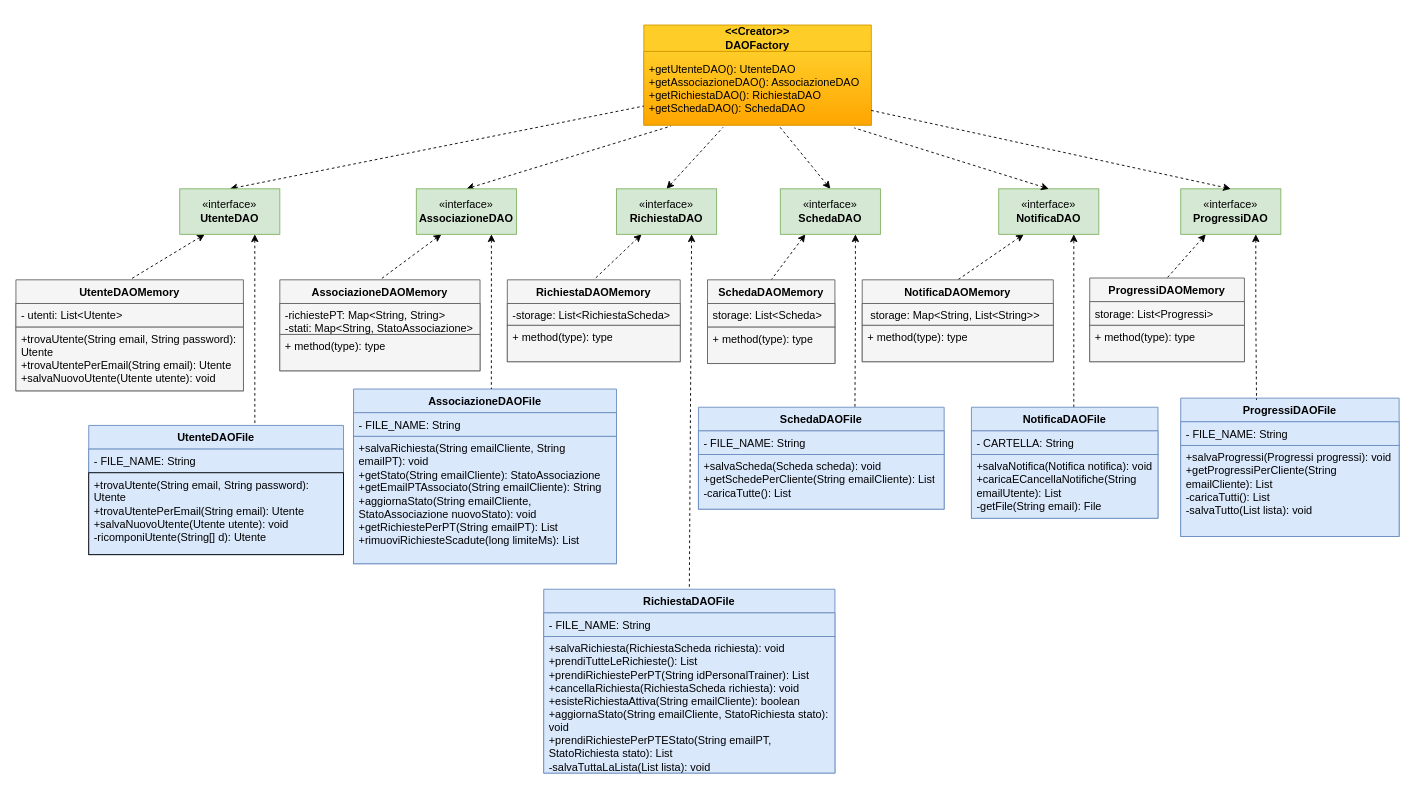
FedericoSib/FitPlan keeps this draw.io diagram as Design Level/DAOFactoryDL.drawio. Above is the earlier version. Source tidied: cells renumbered, new cells numbered last; positions are measured from the earlier drawing's top-left corner, leaving out a move shared by most shapes. Both pictures are drawn from the tidied source at 91%, with x=0, y=0 at pixel (15, 25).
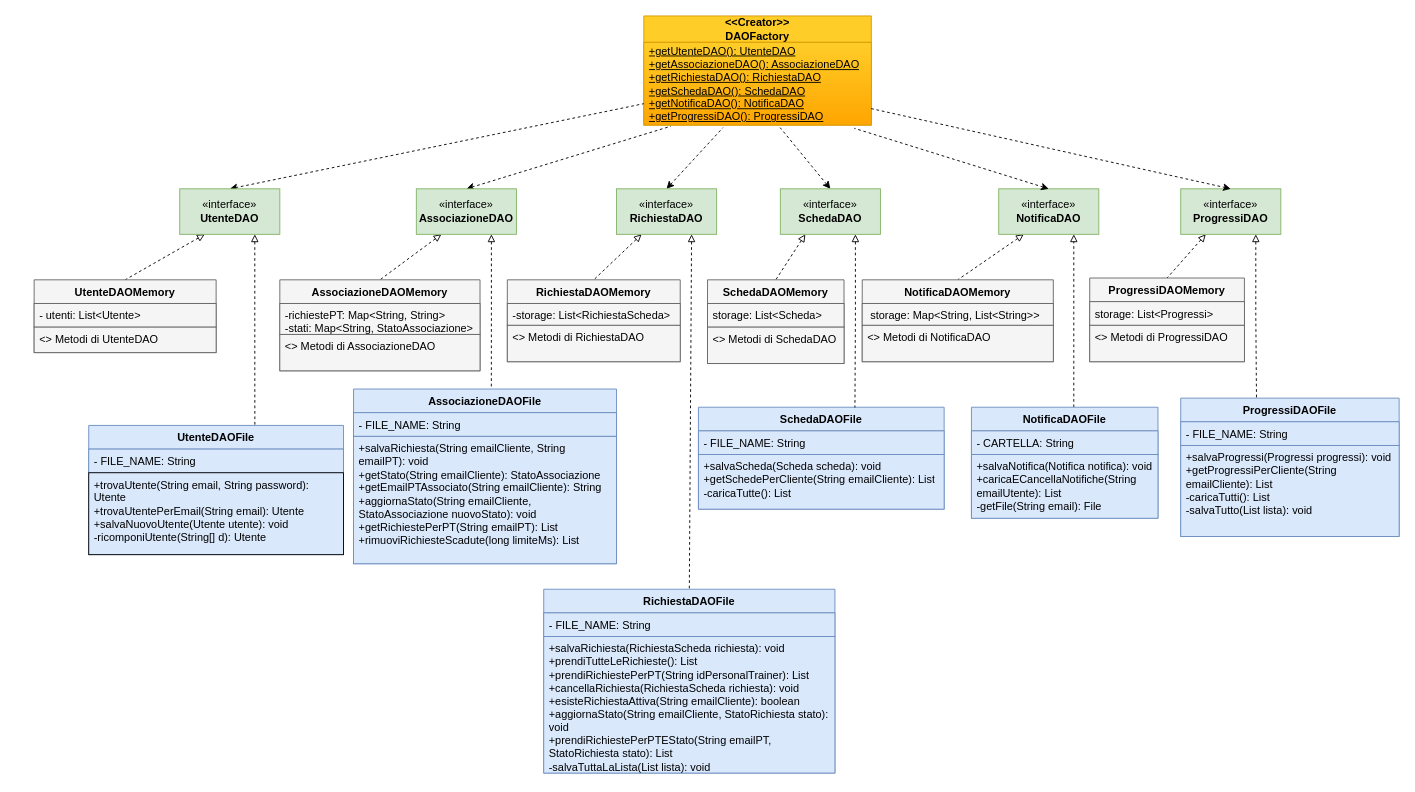
Above is the later version.

The change refers to these unchanged cells:
```xml
<mxCell id="10" value="«interface»&lt;br&gt;&lt;b&gt;RichiestaDAO&lt;/b&gt;" style="html=1;whiteSpace=wrap;fillColor=#d5e8d4;gradientColor=none;strokeColor=#82b366;" parent="1" vertex="1">
  <mxGeometry x="660" y="180" width="110" height="50" as="geometry" />
</mxCell>
<mxCell id="11" value="&lt;b&gt;RichiestaDAOFile&lt;/b&gt;" style="swimlane;fontStyle=1;align=center;verticalAlign=top;horizontal=1;startSize=26;whiteSpace=wrap;html=1;fillColor=#dae8fc;gradientColor=none;strokeColor=#6c8ebf;" parent="1" vertex="1">
  <mxGeometry x="580" y="620" width="320" height="202" as="geometry" />
</mxCell>
<mxCell id="14" value="&lt;b&gt;RichiestaDAOMemory&lt;/b&gt;" style="swimlane;fontStyle=1;align=center;verticalAlign=top;horizontal=1;startSize=26;whiteSpace=wrap;html=1;fillColor=#f5f5f5;gradientColor=none;strokeColor=#666666;" parent="1" vertex="1">
  <mxGeometry x="540" y="280" width="190" height="90" as="geometry" />
</mxCell>
<mxCell id="18" value="&lt;div&gt;«interface»&lt;/div&gt;&lt;div&gt;&lt;b&gt;AssociazioneDAO&lt;/b&gt;&lt;/div&gt;" style="html=1;whiteSpace=wrap;fillColor=#d5e8d4;gradientColor=none;strokeColor=#82b366;" parent="1" vertex="1">
  <mxGeometry x="440" y="180" width="110" height="50" as="geometry" />
</mxCell>
<mxCell id="19" value="&lt;b&gt;AssociazioneDAOFile&lt;/b&gt;" style="swimlane;fontStyle=1;align=center;verticalAlign=top;horizontal=1;startSize=26;whiteSpace=wrap;html=1;fillColor=#dae8fc;gradientColor=none;strokeColor=#6c8ebf;" parent="1" vertex="1">
  <mxGeometry x="371" y="400" width="289" height="192" as="geometry" />
</mxCell>
<mxCell id="22" value="&lt;b&gt;AssociazioneDAOMemory&lt;/b&gt;" style="swimlane;fontStyle=1;align=center;verticalAlign=top;horizontal=1;startSize=26;whiteSpace=wrap;html=1;fillColor=#f5f5f5;gradientColor=none;strokeColor=#666666;" parent="1" vertex="1">
  <mxGeometry x="290" y="280" width="220" height="100" as="geometry" />
</mxCell>
<mxCell id="26" value="«interface»&lt;br&gt;&lt;b&gt;UtenteDAO&lt;/b&gt;" style="html=1;whiteSpace=wrap;fillColor=#d5e8d4;strokeColor=#82b366;gradientColor=none;" parent="1" vertex="1">
  <mxGeometry x="180" y="180" width="110" height="50" as="geometry" />
</mxCell>
<mxCell id="27" value="&lt;b&gt;UtenteDAOFile&lt;/b&gt;" style="swimlane;fontStyle=1;align=center;verticalAlign=top;horizontal=1;startSize=26;whiteSpace=wrap;html=1;fillColor=#dae8fc;gradientColor=none;strokeColor=#6c8ebf;" parent="1" vertex="1">
  <mxGeometry x="80" y="440" width="280" height="142" as="geometry" />
</mxCell>
<mxCell id="34" value="&lt;div&gt;«interface»&lt;b&gt;&lt;br&gt;&lt;/b&gt;&lt;/div&gt;&lt;div&gt;&lt;b&gt;SchedaDAO&lt;/b&gt;&lt;/div&gt;" style="html=1;whiteSpace=wrap;fillColor=#d5e8d4;gradientColor=none;strokeColor=#82b366;" parent="1" vertex="1">
  <mxGeometry x="840" y="180" width="110" height="50" as="geometry" />
</mxCell>
<mxCell id="35" value="SchedaDAOFile" style="swimlane;fontStyle=1;align=center;verticalAlign=top;horizontal=1;startSize=26;whiteSpace=wrap;html=1;fillColor=#dae8fc;gradientColor=none;strokeColor=#6c8ebf;" parent="1" vertex="1">
  <mxGeometry x="750" y="420" width="270" height="112" as="geometry" />
</mxCell>
<mxCell id="42" value="&lt;div&gt;«interface»&lt;/div&gt;&lt;div&gt;&lt;b&gt;NotificaDAO&lt;/b&gt;&lt;/div&gt;" style="html=1;whiteSpace=wrap;fillColor=#d5e8d4;gradientColor=none;strokeColor=#82b366;" parent="1" vertex="1">
  <mxGeometry x="1080" y="180" width="110" height="50" as="geometry" />
</mxCell>
<mxCell id="44" value="&lt;b&gt;Notifica&lt;/b&gt;&lt;b&gt;DAOFile&lt;/b&gt;" style="swimlane;fontStyle=1;align=center;verticalAlign=top;horizontal=1;startSize=26;whiteSpace=wrap;html=1;fillColor=#dae8fc;gradientColor=none;strokeColor=#6c8ebf;" parent="1" vertex="1">
  <mxGeometry x="1050" y="420" width="205" height="122" as="geometry" />
</mxCell>
<mxCell id="47" value="&lt;b&gt;NotificaDAO&lt;/b&gt;&lt;b&gt;Memory&lt;/b&gt;" style="swimlane;fontStyle=1;align=center;verticalAlign=top;horizontal=1;startSize=26;whiteSpace=wrap;html=1;fillColor=#f5f5f5;gradientColor=none;strokeColor=#666666;" parent="1" vertex="1">
  <mxGeometry x="930" y="280" width="210" height="90" as="geometry" />
</mxCell>
<mxCell id="51" value="&lt;div&gt;«interface»&lt;/div&gt;&lt;div&gt;&lt;b&gt;ProgressiDAO&lt;/b&gt;&lt;/div&gt;" style="html=1;whiteSpace=wrap;fillColor=#d5e8d4;gradientColor=none;strokeColor=#82b366;" parent="1" vertex="1">
  <mxGeometry x="1280" y="180" width="110" height="50" as="geometry" />
</mxCell>
<mxCell id="52" value="&lt;b&gt;ProgressiDAOFile&lt;/b&gt;" style="swimlane;fontStyle=1;align=center;verticalAlign=top;horizontal=1;startSize=26;whiteSpace=wrap;html=1;fillColor=#dae8fc;gradientColor=none;strokeColor=#6c8ebf;" parent="1" vertex="1">
  <mxGeometry x="1280" y="410" width="240" height="152" as="geometry" />
</mxCell>
<mxCell id="55" value="&lt;b&gt;Progressi&lt;/b&gt;&lt;b&gt;DAOMemory&lt;/b&gt;" style="swimlane;fontStyle=1;align=center;verticalAlign=top;horizontal=1;startSize=26;whiteSpace=wrap;html=1;fillColor=#f5f5f5;gradientColor=none;strokeColor=#666666;" parent="1" vertex="1">
  <mxGeometry x="1180" y="278" width="170" height="92" as="geometry" />
</mxCell>
```

What changed in the source:
```diff
@@
     <mxCell id="2" value="&amp;lt;&amp;lt;Creator&amp;gt;&amp;gt;&lt;div&gt;DAOFactory&lt;/div&gt;" style="swimlane;fontStyle=1;align=center;verticalAlign=middle;horizontal=1;startSize=29;html=1;whiteSpace=wrap;fillColor=#ffcd28;strokeColor=#d79b00;gradientColor=none;" parent="1" vertex="1">
-      <mxGeometry x="690" width="250" height="110" as="geometry" />
+      <mxGeometry x="690" y="-10" width="250" height="120" as="geometry" />
     </mxCell>
-    <mxCell id="3" value="&lt;div align=&quot;left&quot;&gt;+getUtenteDAO(): UtenteDAO&lt;br&gt;    +getAssociazioneDAO(): AssociazioneDAO&lt;br&gt;    +getRichiestaDAO(): RichiestaDAO&lt;br&gt;    +getSchedaDAO(): SchedaDAO&lt;/div&gt;" style="text;html=1;strokeColor=#d79b00;fillColor=#ffcd28;align=left;verticalAlign=middle;spacingLeft=4;spacingRight=4;overflow=hidden;points=[[0,0.5],[1,0.5]];portConstraint=eastwest;whiteSpace=wrap;gradientColor=#ffa500;" parent="2" vertex="1">
-      <mxGeometry y="29" width="250" height="81" as="geometry" />
+    <mxCell id="3" value="&lt;div align=&quot;left&quot;&gt;&lt;u&gt;+getUtenteDAO(): UtenteDAO&lt;br&gt;    +getAssociazioneDAO(): AssociazioneDAO&lt;br&gt;    +getRichiestaDAO(): RichiestaDAO&lt;br&gt;    +getSchedaDAO(): SchedaDAO&lt;/u&gt;&lt;/div&gt;&lt;div align=&quot;left&quot;&gt;&lt;u&gt;+getNotificaDAO(): NotificaDAO&lt;/u&gt;&lt;/div&gt;&lt;div align=&quot;left&quot;&gt;&lt;u&gt;+getProgressiDAO(): ProgressiDAO&lt;/u&gt;&lt;/div&gt;" style="text;html=1;strokeColor=#d79b00;fillColor=#ffcd28;align=left;verticalAlign=middle;spacingLeft=4;spacingRight=4;overflow=hidden;points=[[0,0.5],[1,0.5]];portConstraint=eastwest;whiteSpace=wrap;gradientColor=#ffa500;" parent="2" vertex="1">
+      <mxGeometry y="29" width="250" height="91" as="geometry" />
     </mxCell>
@@
-    <mxCell id="8" style="rounded=0;jettySize=auto;html=1;exitX=0.25;exitY=1;exitDx=0;exitDy=0;entryX=0.5;entryY=0;entryDx=0;entryDy=0;dashed=1;startArrow=classic;startFill=1;endArrow=none;endFill=0;" parent="1" edge="1" source="10" target="14">
+    <mxCell id="8" style="rounded=0;jettySize=auto;html=1;exitX=0.25;exitY=1;exitDx=0;exitDy=0;entryX=0.5;entryY=0;entryDx=0;entryDy=0;dashed=1;startArrow=block;startFill=0;endArrow=none;endFill=0;" parent="1" edge="1" source="10" target="14">
       <mxGeometry relative="1" as="geometry" />
     </mxCell>
-    <mxCell id="9" style="rounded=0;jettySize=auto;html=1;exitX=0.75;exitY=1;exitDx=0;exitDy=0;dashed=1;entryX=0.5;entryY=0;entryDx=0;entryDy=0;startArrow=classic;startFill=1;endArrow=none;endFill=0;" parent="1" edge="1" source="10" target="11">
+    <mxCell id="9" style="rounded=0;jettySize=auto;html=1;exitX=0.75;exitY=1;exitDx=0;exitDy=0;dashed=1;entryX=0.5;entryY=0;entryDx=0;entryDy=0;startArrow=block;startFill=0;endArrow=none;endFill=0;" parent="1" edge="1" source="10" target="11">
       <mxGeometry relative="1" as="geometry" />
     </mxCell>
@@
-    <mxCell id="16" value="+ method(type): type" style="text;strokeColor=#666666;fillColor=#f5f5f5;align=left;verticalAlign=top;spacingLeft=4;spacingRight=4;overflow=hidden;whiteSpace=wrap;html=1;gradientColor=none;" parent="14" vertex="1">
+    <mxCell id="16" value="&amp;lt;&amp;gt; Metodi di RichiestaDAO" style="text;strokeColor=#666666;fillColor=#f5f5f5;align=left;verticalAlign=top;spacingLeft=4;spacingRight=4;overflow=hidden;whiteSpace=wrap;html=1;gradientColor=none;" parent="14" vertex="1">
       <mxGeometry y="50" width="190" height="40" as="geometry" />
     </mxCell>
-    <mxCell id="17" style="rounded=0;jettySize=auto;html=1;exitX=0.25;exitY=1;exitDx=0;exitDy=0;entryX=0.5;entryY=0;entryDx=0;entryDy=0;dashed=1;startArrow=classic;startFill=1;endArrow=none;endFill=0;" parent="1" edge="1" source="18" target="22">
+    <mxCell id="17" style="rounded=0;jettySize=auto;html=1;exitX=0.25;exitY=1;exitDx=0;exitDy=0;entryX=0.5;entryY=0;entryDx=0;entryDy=0;dashed=1;startArrow=block;startFill=0;endArrow=none;endFill=0;" parent="1" edge="1" source="18" target="22">
       <mxGeometry relative="1" as="geometry" />
     </mxCell>
@@
-    <mxCell id="24" value="+ method(type): type" style="text;strokeColor=#666666;fillColor=#f5f5f5;align=left;verticalAlign=top;spacingLeft=4;spacingRight=4;overflow=hidden;whiteSpace=wrap;html=1;gradientColor=none;" parent="22" vertex="1">
+    <mxCell id="24" value="&amp;lt;&amp;gt; Metodi di AssociazioneDAO" style="text;strokeColor=#666666;fillColor=#f5f5f5;align=left;verticalAlign=top;spacingLeft=4;spacingRight=4;overflow=hidden;whiteSpace=wrap;html=1;gradientColor=none;" parent="22" vertex="1">
       <mxGeometry y="60" width="220" height="40" as="geometry" />
     </mxCell>
-    <mxCell id="25" style="rounded=0;jettySize=auto;html=1;exitX=0.25;exitY=1;exitDx=0;exitDy=0;entryX=0.5;entryY=0;entryDx=0;entryDy=0;dashed=1;startArrow=classic;startFill=1;endArrow=none;endFill=0;" parent="1" edge="1" source="26" target="30">
+    <mxCell id="25" style="rounded=0;jettySize=auto;html=1;exitX=0.25;exitY=1;exitDx=0;exitDy=0;entryX=0.5;entryY=0;entryDx=0;entryDy=0;dashed=1;startArrow=block;startFill=0;endArrow=none;endFill=0;" parent="1" edge="1" source="26" target="30">
       <mxGeometry relative="1" as="geometry" />
     </mxCell>
@@
     <mxCell id="30" value="&lt;b&gt;UtenteDAO&lt;/b&gt;Memory" style="swimlane;fontStyle=1;align=center;verticalAlign=top;horizontal=1;startSize=26;whiteSpace=wrap;html=1;swimlaneFillColor=default;fillColor=#f5f5f5;strokeColor=#666666;gradientColor=none;" parent="1" vertex="1">
-      <mxGeometry y="280" width="250" height="122" as="geometry" />
+      <mxGeometry x="20" y="280" width="200" height="80" as="geometry" />
     </mxCell>
     <mxCell id="31" value="- utenti: List&amp;lt;Utente&amp;gt;&amp;nbsp;" style="text;strokeColor=#666666;fillColor=#f5f5f5;align=left;verticalAlign=top;spacingLeft=4;spacingRight=4;overflow=hidden;whiteSpace=wrap;html=1;gradientColor=none;" parent="30" vertex="1">
-      <mxGeometry y="26" width="250" height="26" as="geometry" />
+      <mxGeometry y="26" width="200" height="26" as="geometry" />
     </mxCell>
-    <mxCell id="32" value="+trovaUtente(String email, String password): Utente&lt;br&gt;+trovaUtentePerEmail(String email): Utente&lt;br&gt;+salvaNuovoUtente(Utente utente): void" style="text;strokeColor=#666666;fillColor=#f5f5f5;align=left;verticalAlign=top;spacingLeft=4;spacingRight=4;overflow=hidden;whiteSpace=wrap;html=1;gradientColor=none;" parent="30" vertex="1">
-      <mxGeometry y="52" width="250" height="70" as="geometry" />
+    <mxCell id="32" value="&amp;lt;&amp;gt; Metodi di UtenteDAO" style="text;strokeColor=#666666;fillColor=#f5f5f5;align=left;verticalAlign=top;spacingLeft=4;spacingRight=4;overflow=hidden;whiteSpace=wrap;html=1;gradientColor=none;" parent="30" vertex="1">
+      <mxGeometry y="52" width="200" height="28" as="geometry" />
     </mxCell>
-    <mxCell id="33" style="rounded=0;jettySize=auto;html=1;exitX=0.25;exitY=1;exitDx=0;exitDy=0;entryX=0.5;entryY=0;entryDx=0;entryDy=0;dashed=1;startArrow=classic;startFill=1;endArrow=none;endFill=0;" parent="1" edge="1" source="34" target="38">
+    <mxCell id="33" style="rounded=0;jettySize=auto;html=1;exitX=0.25;exitY=1;exitDx=0;exitDy=0;entryX=0.5;entryY=0;entryDx=0;entryDy=0;dashed=1;startArrow=block;startFill=0;endArrow=none;endFill=0;" parent="1" edge="1" source="34" target="38">
       <mxGeometry relative="1" as="geometry" />
     </mxCell>
@@
     <mxCell id="38" value="SchedaDAOMemory" style="swimlane;fontStyle=1;align=center;verticalAlign=top;horizontal=1;startSize=26;whiteSpace=wrap;html=1;fillColor=#f5f5f5;gradientColor=none;strokeColor=#666666;" parent="1" vertex="1">
-      <mxGeometry x="760" y="280" width="140" height="92" as="geometry" />
+      <mxGeometry x="760" y="280" width="150" height="92" as="geometry" />
     </mxCell>
     <mxCell id="39" value="storage:&amp;nbsp;List&amp;lt;Scheda&amp;gt;&amp;nbsp;" style="text;strokeColor=#666666;fillColor=#f5f5f5;align=left;verticalAlign=top;spacingLeft=4;spacingRight=4;overflow=hidden;whiteSpace=wrap;html=1;gradientColor=none;" parent="38" vertex="1">
-      <mxGeometry y="26" width="140" height="26" as="geometry" />
+      <mxGeometry y="26" width="150" height="26" as="geometry" />
     </mxCell>
-    <mxCell id="40" value="+ method(type): type" style="text;strokeColor=#666666;fillColor=#f5f5f5;align=left;verticalAlign=top;spacingLeft=4;spacingRight=4;overflow=hidden;whiteSpace=wrap;html=1;gradientColor=none;" parent="38" vertex="1">
-      <mxGeometry y="52" width="140" height="40" as="geometry" />
+    <mxCell id="40" value="&amp;lt;&amp;gt; Metodi di SchedaDAO" style="text;strokeColor=#666666;fillColor=#f5f5f5;align=left;verticalAlign=top;spacingLeft=4;spacingRight=4;overflow=hidden;whiteSpace=wrap;html=1;gradientColor=none;" parent="38" vertex="1">
+      <mxGeometry y="52" width="150" height="40" as="geometry" />
     </mxCell>
-    <mxCell id="41" style="rounded=0;jettySize=auto;html=1;exitX=0.25;exitY=1;exitDx=0;exitDy=0;entryX=0.5;entryY=0;entryDx=0;entryDy=0;dashed=1;endArrow=none;endFill=0;startArrow=classic;startFill=1;" parent="1" edge="1" source="42" target="47">
+    <mxCell id="41" style="rounded=0;jettySize=auto;html=1;exitX=0.25;exitY=1;exitDx=0;exitDy=0;entryX=0.5;entryY=0;entryDx=0;entryDy=0;dashed=1;endArrow=none;endFill=0;startArrow=block;startFill=0;" parent="1" edge="1" source="42" target="47">
       <mxGeometry relative="1" as="geometry" />
     </mxCell>
@@
-    <mxCell id="43" style="edgeStyle=orthogonalEdgeStyle;rounded=0;jettySize=auto;html=1;entryX=0.75;entryY=1;entryDx=0;entryDy=0;dashed=1;" parent="1" edge="1" source="44" target="42">
+    <mxCell id="43" style="edgeStyle=orthogonalEdgeStyle;rounded=0;jettySize=auto;html=1;entryX=0.75;entryY=1;entryDx=0;entryDy=0;dashed=1;endArrow=block;endFill=0;" parent="1" edge="1" source="44" target="42">
       <mxGeometry relative="1" as="geometry">
         <Array as="points">
           <mxPoint x="1163" y="325" />
         </Array>
       </mxGeometry>
     </mxCell>
@@
-    <mxCell id="49" value="+ method(type): type" style="text;strokeColor=#666666;fillColor=#f5f5f5;align=left;verticalAlign=top;spacingLeft=4;spacingRight=4;overflow=hidden;whiteSpace=wrap;html=1;gradientColor=none;" parent="47" vertex="1">
+    <mxCell id="49" value="&amp;lt;&amp;gt; Metodi di NotificaDAO" style="text;strokeColor=#666666;fillColor=#f5f5f5;align=left;verticalAlign=top;spacingLeft=4;spacingRight=4;overflow=hidden;whiteSpace=wrap;html=1;gradientColor=none;" parent="47" vertex="1">
       <mxGeometry y="50" width="210" height="40" as="geometry" />
     </mxCell>
-    <mxCell id="50" style="rounded=0;jettySize=auto;html=1;exitX=0.25;exitY=1;exitDx=0;exitDy=0;entryX=0.5;entryY=0;entryDx=0;entryDy=0;dashed=1;startArrow=classic;startFill=1;endArrow=none;endFill=0;" parent="1" edge="1" source="51" target="55">
+    <mxCell id="50" style="rounded=0;jettySize=auto;html=1;exitX=0.25;exitY=1;exitDx=0;exitDy=0;entryX=0.5;entryY=0;entryDx=0;entryDy=0;dashed=1;startArrow=block;startFill=0;endArrow=none;endFill=0;" parent="1" edge="1" source="51" target="55">
       <mxGeometry relative="1" as="geometry" />
     </mxCell>
@@
-    <mxCell id="57" value="+ method(type): type" style="text;strokeColor=#666666;fillColor=#f5f5f5;align=left;verticalAlign=top;spacingLeft=4;spacingRight=4;overflow=hidden;whiteSpace=wrap;html=1;gradientColor=none;" parent="55" vertex="1">
+    <mxCell id="57" value="&amp;lt;&amp;gt; Metodi di ProgressiDAO" style="text;strokeColor=#666666;fillColor=#f5f5f5;align=left;verticalAlign=top;spacingLeft=4;spacingRight=4;overflow=hidden;whiteSpace=wrap;html=1;gradientColor=none;" parent="55" vertex="1">
       <mxGeometry y="52" width="170" height="40" as="geometry" />
     </mxCell>
@@
-    <mxCell id="60" style="edgeStyle=orthogonalEdgeStyle;rounded=0;jettySize=auto;html=1;exitX=0.75;exitY=1;exitDx=0;exitDy=0;entryX=0.652;entryY=0;entryDx=0;entryDy=0;entryPerimeter=0;dashed=1;startArrow=classic;startFill=1;endArrow=none;endFill=0;" parent="1" edge="1" source="26" target="27">
+    <mxCell id="60" style="edgeStyle=orthogonalEdgeStyle;rounded=0;jettySize=auto;html=1;exitX=0.75;exitY=1;exitDx=0;exitDy=0;entryX=0.652;entryY=0;entryDx=0;entryDy=0;entryPerimeter=0;dashed=1;startArrow=block;startFill=0;endArrow=none;endFill=0;" parent="1" edge="1" source="26" target="27">
       <mxGeometry relative="1" as="geometry" />
     </mxCell>
-    <mxCell id="61" style="edgeStyle=orthogonalEdgeStyle;rounded=0;jettySize=auto;html=1;exitX=0.75;exitY=1;exitDx=0;exitDy=0;entryX=0.524;entryY=0;entryDx=0;entryDy=0;entryPerimeter=0;dashed=1;startArrow=classic;startFill=1;endArrow=none;endFill=0;" parent="1" edge="1" source="18" target="19">
+    <mxCell id="61" style="edgeStyle=orthogonalEdgeStyle;rounded=0;jettySize=auto;html=1;exitX=0.75;exitY=1;exitDx=0;exitDy=0;entryX=0.524;entryY=0;entryDx=0;entryDy=0;entryPerimeter=0;dashed=1;startArrow=block;startFill=0;endArrow=none;endFill=0;" parent="1" edge="1" source="18" target="19">
       <mxGeometry relative="1" as="geometry" />
     </mxCell>
-    <mxCell id="62" style="edgeStyle=orthogonalEdgeStyle;rounded=0;jettySize=auto;html=1;exitX=0.75;exitY=1;exitDx=0;exitDy=0;entryX=0.637;entryY=0.003;entryDx=0;entryDy=0;entryPerimeter=0;dashed=1;startArrow=classic;startFill=1;endArrow=none;endFill=0;" parent="1" edge="1" source="34" target="35">
+    <mxCell id="62" style="edgeStyle=orthogonalEdgeStyle;rounded=0;jettySize=auto;html=1;exitX=0.75;exitY=1;exitDx=0;exitDy=0;entryX=0.637;entryY=0.003;entryDx=0;entryDy=0;entryPerimeter=0;dashed=1;startArrow=block;startFill=0;endArrow=none;endFill=0;" parent="1" edge="1" source="34" target="35">
       <mxGeometry relative="1" as="geometry" />
     </mxCell>
-    <mxCell id="63" style="edgeStyle=orthogonalEdgeStyle;rounded=0;jettySize=auto;html=1;exitX=0.75;exitY=1;exitDx=0;exitDy=0;entryX=0.347;entryY=0.013;entryDx=0;entryDy=0;entryPerimeter=0;dashed=1;startArrow=classic;startFill=1;endArrow=none;endFill=0;" parent="1" edge="1" source="51" target="52">
+    <mxCell id="63" style="edgeStyle=orthogonalEdgeStyle;rounded=0;jettySize=auto;html=1;exitX=0.75;exitY=1;exitDx=0;exitDy=0;entryX=0.347;entryY=0.013;entryDx=0;entryDy=0;entryPerimeter=0;dashed=1;startArrow=block;startFill=0;endArrow=none;endFill=0;" parent="1" edge="1" source="51" target="52">
       <mxGeometry relative="1" as="geometry" />
     </mxCell>
```
